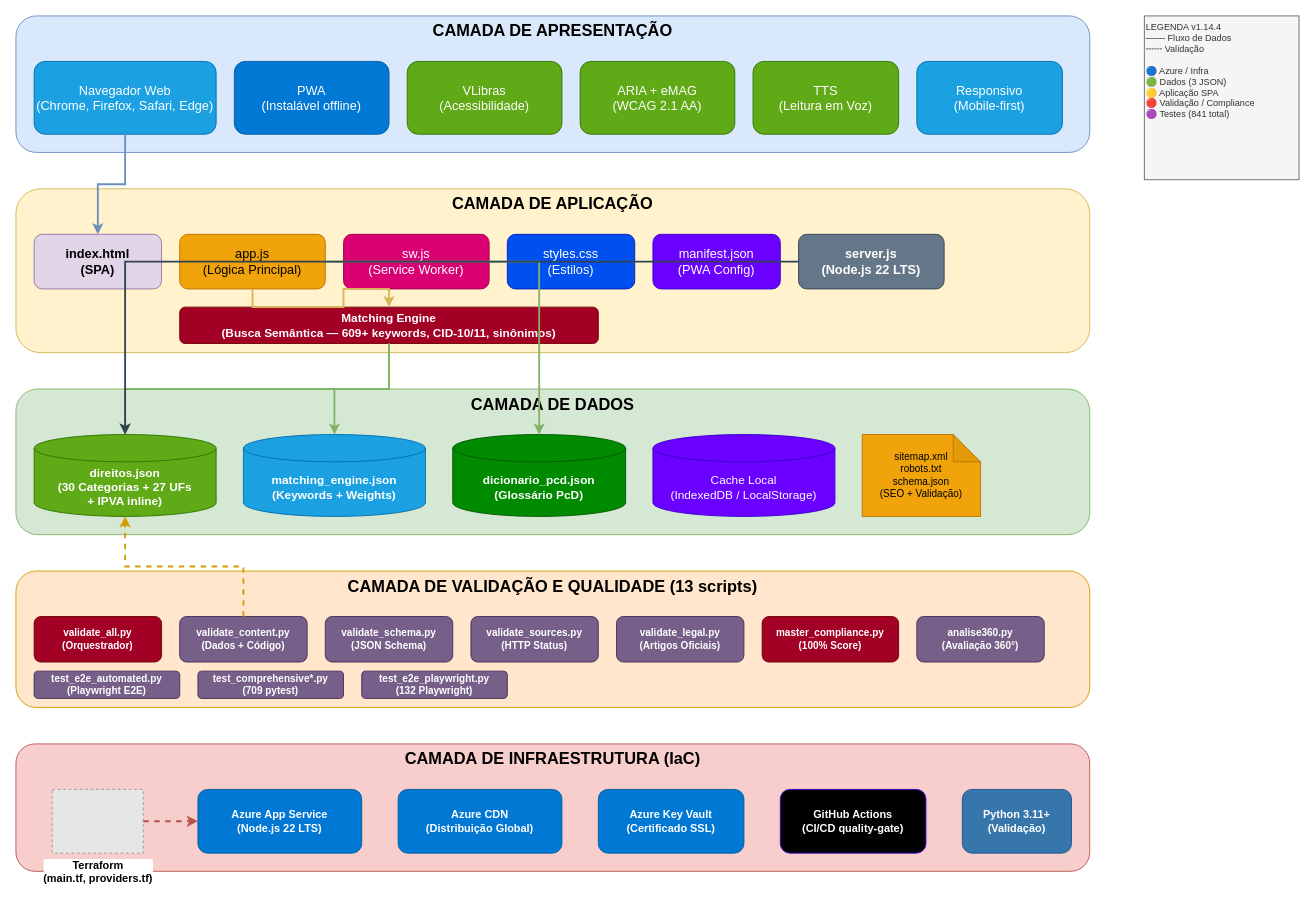
Before: docs/ARCHITECTURE.drawio.xml in fabiotreze/nossodireito, a draw.io diagram. Source tidied: cells renumbered, new cells numbered last; positions are measured from the earlier drawing's top-left corner, leaving out a move shared by most shapes. Both pictures are drawn from the tidied source at 91%, with x=0, y=0 at pixel (15, 15). Pictures stored in the file or linked from it are replaced by grey dashed boxes.
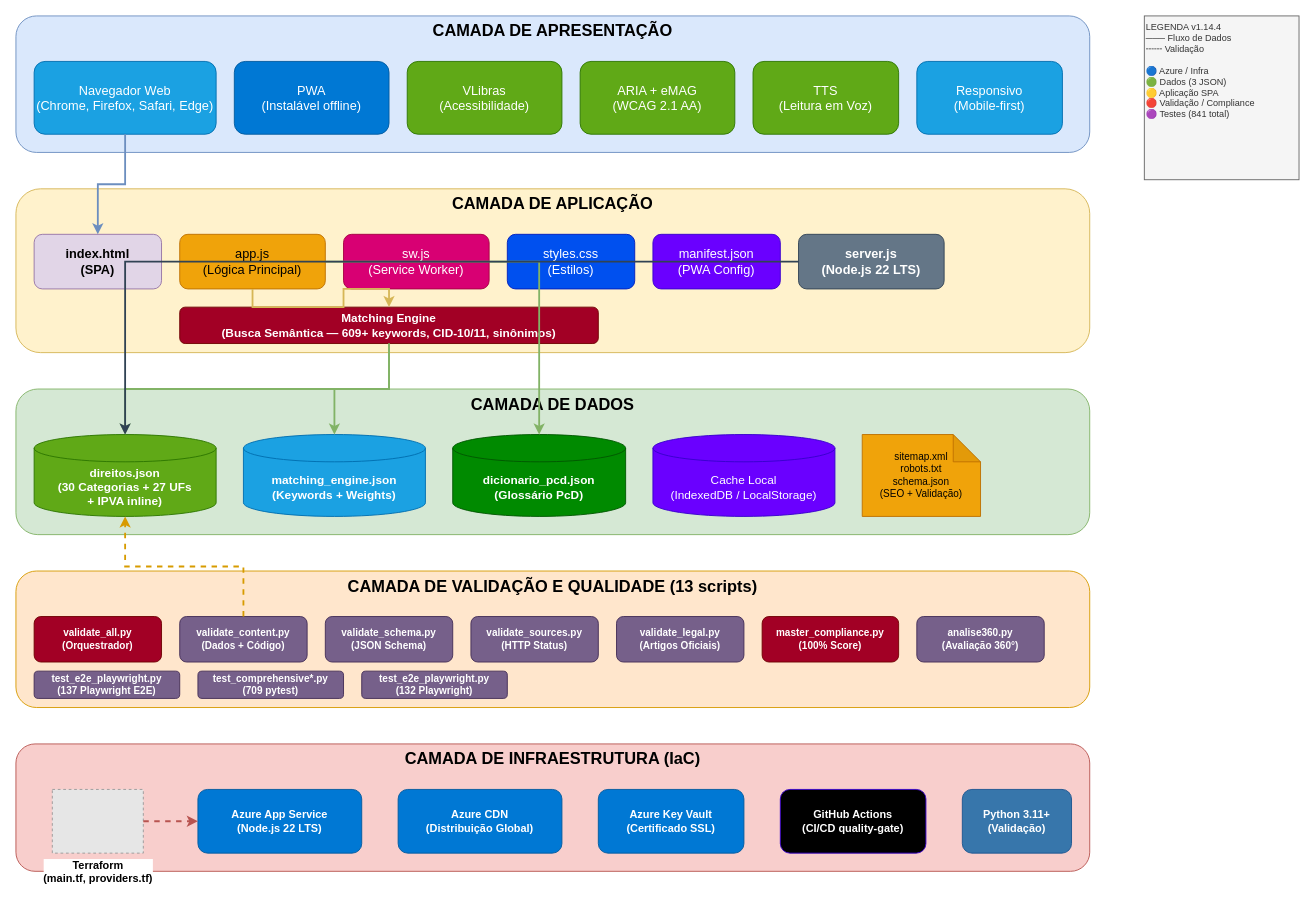
The same diagram, later.

The edit, as a diff of the source:
```diff
@@
-    <mxCell id="31" value="test_e2e_automated.py&#10;(Playwright E2E)" style="rounded=1;whiteSpace=wrap;html=1;fillColor=#76608a;fontColor=#ffffff;strokeColor=#432D57;fontSize=11;fontStyle=1;" parent="1" vertex="1">
+    <mxCell id="31" value="test_e2e_playwright.py&#10;(137 Playwright E2E)" style="rounded=1;whiteSpace=wrap;html=1;fillColor=#76608a;fontColor=#ffffff;strokeColor=#432D57;fontSize=11;fontStyle=1;" parent="1" vertex="1">
       <mxGeometry x="20" y="720" width="160" height="30" as="geometry" />
     </mxCell>
```
